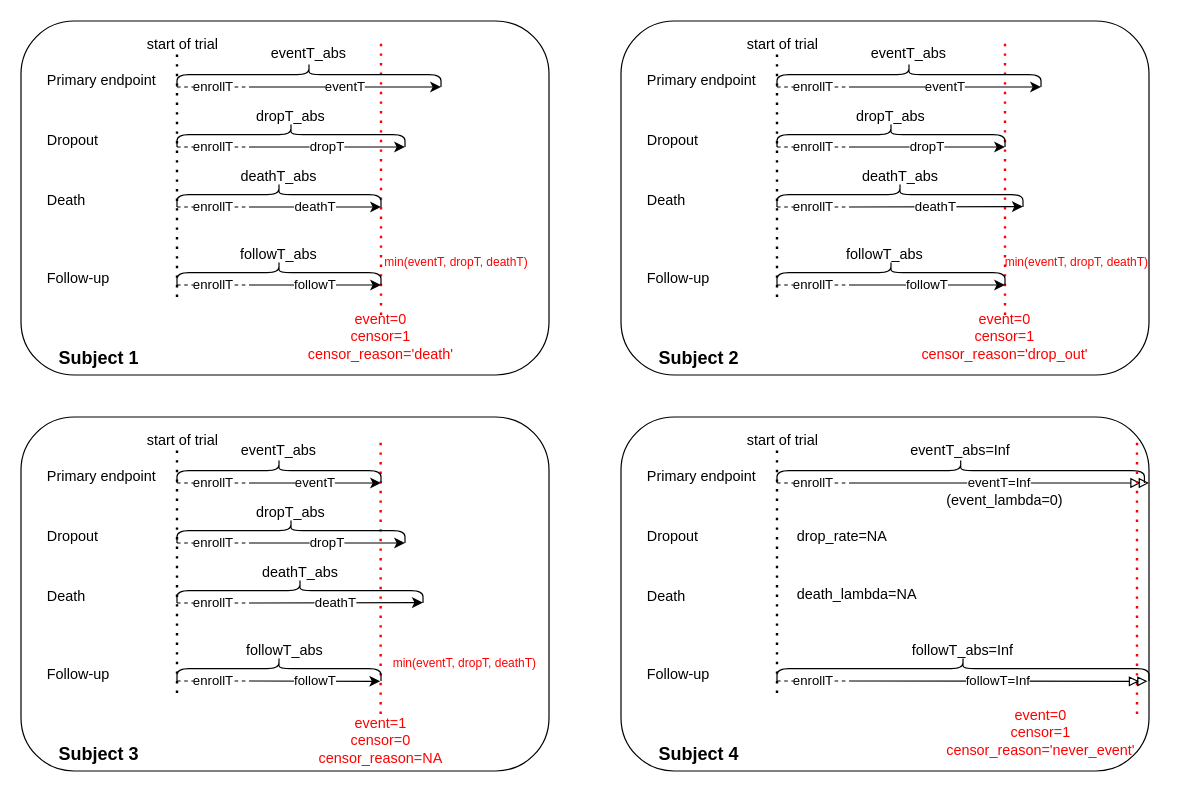
Earlier version of the draw.io diagram docs/images/simudata.drawio (zjph602xtc/PWEXP). Source tidied: cells renumbered, new cells numbered last; positions are measured from the earlier drawing's top-left corner, leaving out a move shared by most shapes. Both pictures are drawn from the tidied source at 120%, with x=0, y=0 at pixel (20, -58).
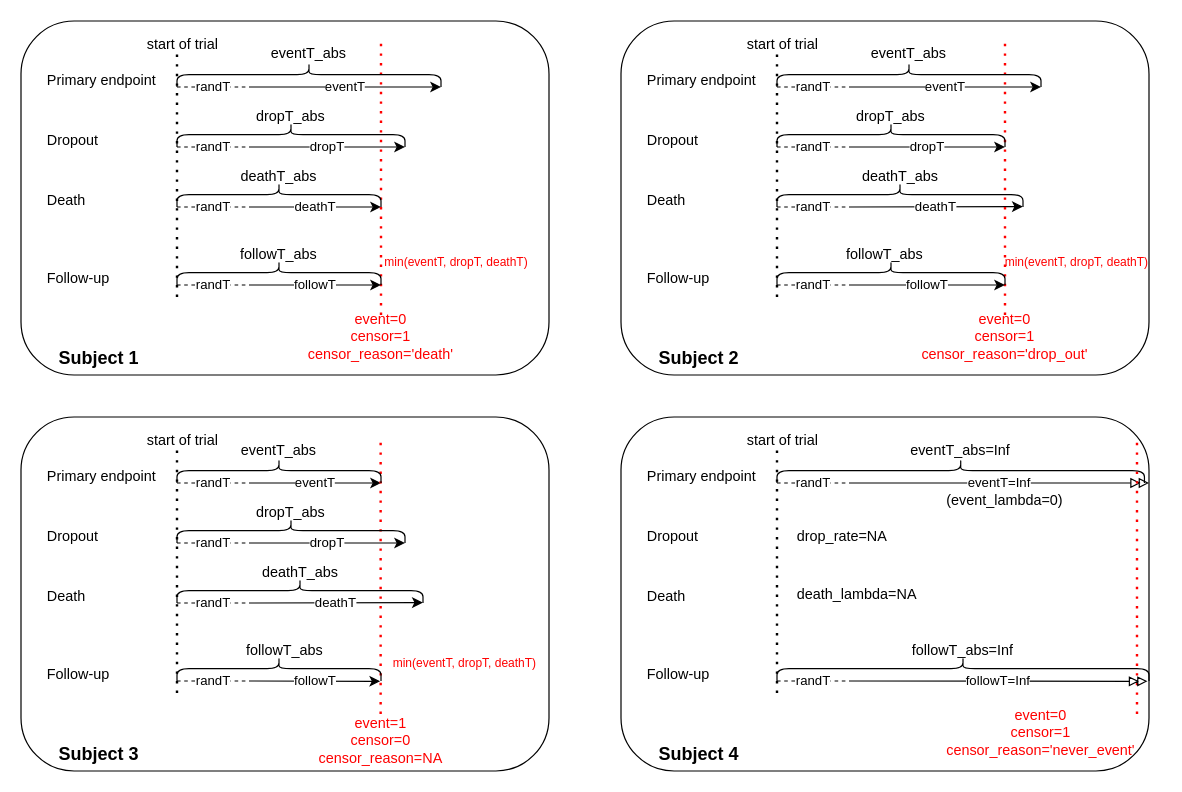
The same page after the edit.

Diff of the diagram source:
```diff
@@
-    <mxCell id="10" value="enrollT" style="endArrow=none;dashed=1;html=1;rounded=0;" parent="1" edge="1">
+    <mxCell id="10" value="randT" style="endArrow=none;dashed=1;html=1;rounded=0;" parent="1" edge="1">
       <mxGeometry relative="1" as="geometry">
         <mxPoint x="130" y="120" as="sourcePoint" />
         <mxPoint x="190" y="120" as="targetPoint" />
       </mxGeometry>
     </mxCell>
-    <mxCell id="11" value="enrollT" style="endArrow=none;dashed=1;html=1;rounded=0;" parent="1" edge="1">
+    <mxCell id="11" value="randT" style="endArrow=none;dashed=1;html=1;rounded=0;" parent="1" edge="1">
       <mxGeometry relative="1" as="geometry">
         <mxPoint x="130" y="170" as="sourcePoint" />
         <mxPoint x="190" y="170" as="targetPoint" />
       </mxGeometry>
     </mxCell>
-    <mxCell id="12" value="enrollT" style="endArrow=none;dashed=1;html=1;rounded=0;" parent="1" edge="1">
+    <mxCell id="12" value="randT" style="endArrow=none;dashed=1;html=1;rounded=0;" parent="1" edge="1">
       <mxGeometry relative="1" as="geometry">
         <mxPoint x="130" y="220" as="sourcePoint" />
         <mxPoint x="190" y="220" as="targetPoint" />
       </mxGeometry>
     </mxCell>
@@
-    <mxCell id="24" value="enrollT" style="endArrow=none;dashed=1;html=1;rounded=0;" parent="1" edge="1">
+    <mxCell id="24" value="randT" style="endArrow=none;dashed=1;html=1;rounded=0;" parent="1" edge="1">
       <mxGeometry relative="1" as="geometry">
         <mxPoint x="130" y="285" as="sourcePoint" />
         <mxPoint x="190" y="285" as="targetPoint" />
       </mxGeometry>
     </mxCell>
@@
-    <mxCell id="36" value="enrollT" style="endArrow=none;dashed=1;html=1;rounded=0;" parent="1" edge="1">
+    <mxCell id="36" value="randT" style="endArrow=none;dashed=1;html=1;rounded=0;" parent="1" edge="1">
       <mxGeometry relative="1" as="geometry">
         <mxPoint x="630" y="120" as="sourcePoint" />
         <mxPoint x="690" y="120" as="targetPoint" />
       </mxGeometry>
     </mxCell>
-    <mxCell id="37" value="enrollT" style="endArrow=none;dashed=1;html=1;rounded=0;" parent="1" edge="1">
+    <mxCell id="37" value="randT" style="endArrow=none;dashed=1;html=1;rounded=0;" parent="1" edge="1">
       <mxGeometry relative="1" as="geometry">
         <mxPoint x="630" y="170" as="sourcePoint" />
         <mxPoint x="690" y="170" as="targetPoint" />
       </mxGeometry>
     </mxCell>
-    <mxCell id="38" value="enrollT" style="endArrow=none;dashed=1;html=1;rounded=0;" parent="1" edge="1">
+    <mxCell id="38" value="randT" style="endArrow=none;dashed=1;html=1;rounded=0;" parent="1" edge="1">
       <mxGeometry relative="1" as="geometry">
         <mxPoint x="630" y="220" as="sourcePoint" />
         <mxPoint x="690" y="220" as="targetPoint" />
       </mxGeometry>
     </mxCell>
@@
-    <mxCell id="50" value="enrollT" style="endArrow=none;dashed=1;html=1;rounded=0;" parent="1" edge="1">
+    <mxCell id="50" value="randT" style="endArrow=none;dashed=1;html=1;rounded=0;" parent="1" edge="1">
       <mxGeometry relative="1" as="geometry">
         <mxPoint x="630" y="285" as="sourcePoint" />
         <mxPoint x="690" y="285" as="targetPoint" />
       </mxGeometry>
     </mxCell>
@@
-    <mxCell id="63" value="enrollT" style="endArrow=none;dashed=1;html=1;rounded=0;" parent="1" edge="1">
+    <mxCell id="63" value="randT" style="endArrow=none;dashed=1;html=1;rounded=0;" parent="1" edge="1">
       <mxGeometry relative="1" as="geometry">
         <mxPoint x="130" y="450" as="sourcePoint" />
         <mxPoint x="190" y="450" as="targetPoint" />
       </mxGeometry>
     </mxCell>
-    <mxCell id="64" value="enrollT" style="endArrow=none;dashed=1;html=1;rounded=0;" parent="1" edge="1">
+    <mxCell id="64" value="randT" style="endArrow=none;dashed=1;html=1;rounded=0;" parent="1" edge="1">
       <mxGeometry relative="1" as="geometry">
         <mxPoint x="130" y="500" as="sourcePoint" />
         <mxPoint x="190" y="500" as="targetPoint" />
       </mxGeometry>
     </mxCell>
-    <mxCell id="65" value="enrollT" style="endArrow=none;dashed=1;html=1;rounded=0;" parent="1" edge="1">
+    <mxCell id="65" value="randT" style="endArrow=none;dashed=1;html=1;rounded=0;" parent="1" edge="1">
       <mxGeometry relative="1" as="geometry">
         <mxPoint x="130" y="550" as="sourcePoint" />
         <mxPoint x="190" y="550" as="targetPoint" />
       </mxGeometry>
     </mxCell>
@@
-    <mxCell id="77" value="enrollT" style="endArrow=none;dashed=1;html=1;rounded=0;" parent="1" edge="1">
+    <mxCell id="77" value="randT" style="endArrow=none;dashed=1;html=1;rounded=0;" parent="1" edge="1">
       <mxGeometry relative="1" as="geometry">
         <mxPoint x="130" y="615" as="sourcePoint" />
         <mxPoint x="190" y="615" as="targetPoint" />
       </mxGeometry>
     </mxCell>
@@
-    <mxCell id="88" value="enrollT" style="endArrow=none;dashed=1;html=1;rounded=0;" parent="1" edge="1">
+    <mxCell id="88" value="randT" style="endArrow=none;dashed=1;html=1;rounded=0;" parent="1" edge="1">
       <mxGeometry relative="1" as="geometry">
         <mxPoint x="630" y="450" as="sourcePoint" />
         <mxPoint x="690" y="450" as="targetPoint" />
       </mxGeometry>
     </mxCell>
@@
-    <mxCell id="96" value="enrollT" style="endArrow=none;dashed=1;html=1;rounded=0;" parent="1" edge="1">
+    <mxCell id="96" value="randT" style="endArrow=none;dashed=1;html=1;rounded=0;" parent="1" edge="1">
       <mxGeometry relative="1" as="geometry">
         <mxPoint x="630" y="615" as="sourcePoint" />
         <mxPoint x="690" y="615" as="targetPoint" />
       </mxGeometry>
     </mxCell>
```
